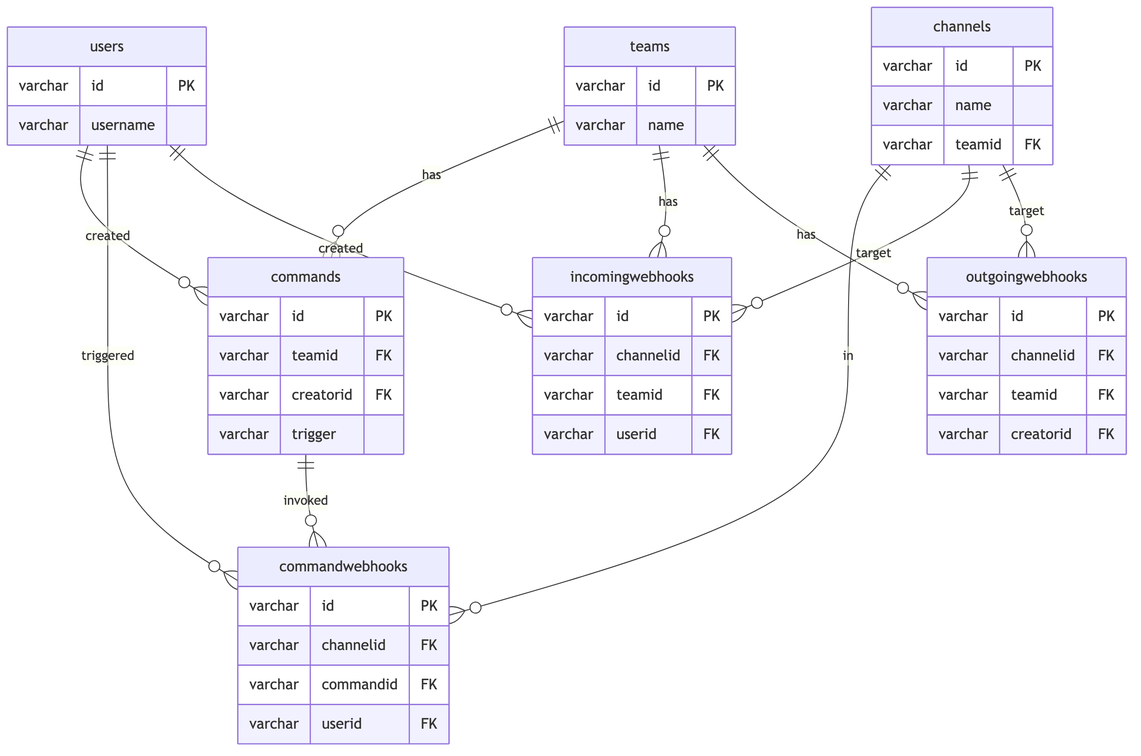
Above: mattermost/sql/diagrams/04-webhooks-commands.png in hungknow/tech-journey (Mermaid), before the change. Its source is kept beside it as mattermost/sql/diagrams/04-webhooks-commands.mmd.
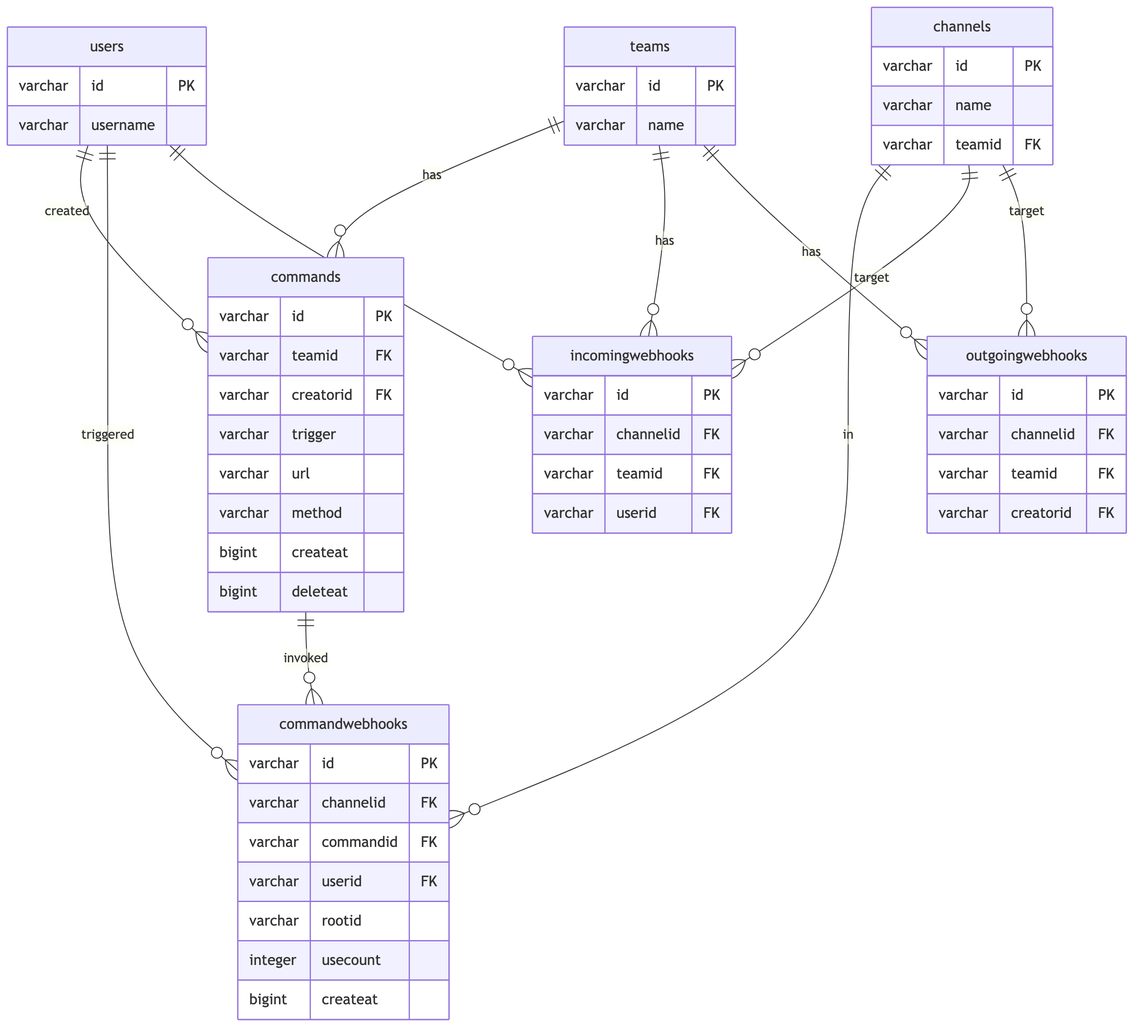
After the change.

Change to the diagram source:
```diff
@@ -20,6 +20,10 @@
         varchar teamid FK
         varchar creatorid FK
         varchar trigger
+        varchar url
+        varchar method
+        bigint createat
+        bigint deleteat
     }
 
     commandwebhooks {
@@ -27,6 +31,9 @@
         varchar channelid FK
         varchar commandid FK
         varchar userid FK
+        varchar rootid
+        integer usecount
+        bigint createat
     }
 
     incomingwebhooks {
```
